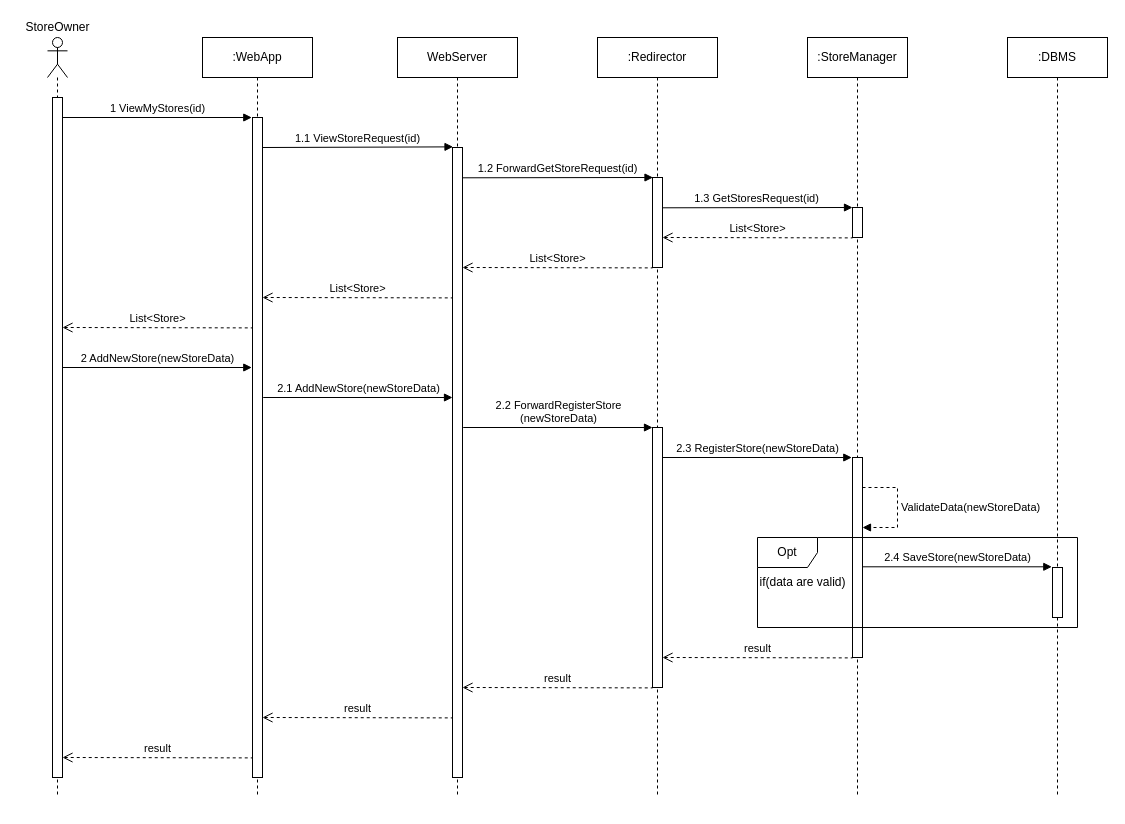
Earlier version of the draw.io diagram DD/Images/RuntimeViewStoreReg.drawio (StefanoAzzone/AbelliAzzone). Source tidied: cells renumbered, new cells numbered last; positions are measured from the earlier drawing's top-left corner, leaving out a move shared by most shapes. Both pictures are drawn from the tidied source at 100%, with x=0, y=0 at pixel (17, 17).
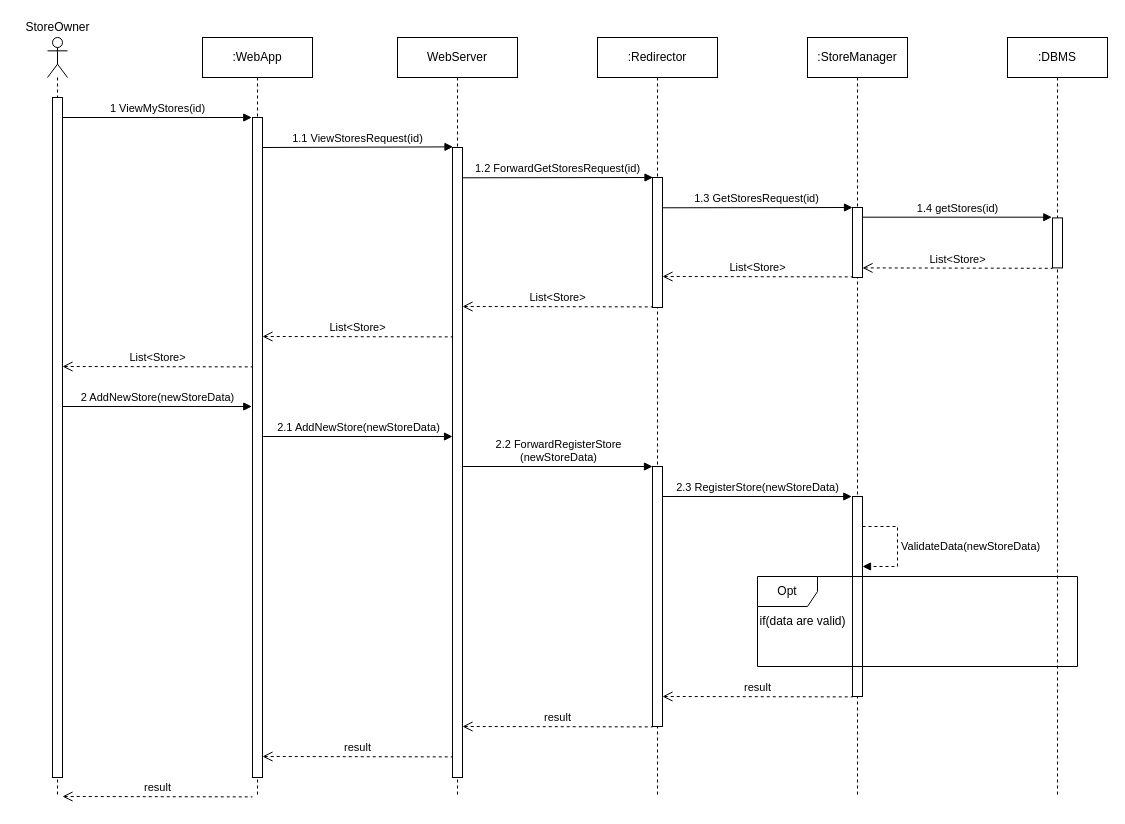
Above is the later version.

Unchanged cells that the change refers to:
```xml
<mxCell id="4" value=":StoreManager" style="shape=umlLifeline;perimeter=lifelinePerimeter;whiteSpace=wrap;html=1;" parent="1" vertex="1">
  <mxGeometry x="790" y="20" width="100" height="760" as="geometry" />
</mxCell>
<mxCell id="13" value=":Redirector" style="shape=umlLifeline;perimeter=lifelinePerimeter;whiteSpace=wrap;html=1;" parent="1" vertex="1">
  <mxGeometry x="580" y="20" width="120" height="760" as="geometry" />
</mxCell>
<mxCell id="17" style="html=1;points=[];perimeter=orthogonalPerimeter;" parent="1" vertex="1">
  <mxGeometry x="435" y="130" width="10" height="630" as="geometry" />
</mxCell>
```

What changed in the source:
```diff
@@
     <mxCell id="5" style="html=1;perimeter=orthogonalPerimeter;" parent="4" vertex="1">
-      <mxGeometry x="45" y="420" width="10" height="200" as="geometry" />
+      <mxGeometry x="45" y="459" width="10" height="200" as="geometry" />
     </mxCell>
     <mxCell id="6" value="ValidateData(newStoreData)" style="edgeStyle=orthogonalEdgeStyle;html=1;align=left;spacingLeft=2;endArrow=block;rounded=0;entryX=1;entryY=0.444;dashed=1;entryDx=0;entryDy=0;entryPerimeter=0;" parent="4" edge="1">
       <mxGeometry relative="1" as="geometry">
-        <mxPoint x="55" y="450" as="sourcePoint" />
-        <mxPoint x="55" y="490" as="targetPoint" />
+        <mxPoint x="55" y="489" as="sourcePoint" />
+        <mxPoint x="55" y="529" as="targetPoint" />
         <Array as="points">
-          <mxPoint x="90" y="450" />
-          <mxPoint x="90" y="490" />
+          <mxPoint x="90" y="489" />
+          <mxPoint x="90" y="529" />
         </Array>
       </mxGeometry>
     </mxCell>
@@
     <mxCell id="9" style="html=1;perimeter=orthogonalPerimeter;" parent="1" vertex="1">
-      <mxGeometry x="835" y="190" width="10" height="30" as="geometry" />
+      <mxGeometry x="835" y="190" width="10" height="70" as="geometry" />
     </mxCell>
@@
     <mxCell id="14" style="html=1;perimeter=orthogonalPerimeter;" parent="13" vertex="1">
-      <mxGeometry x="55" y="390" width="10" height="260" as="geometry" />
+      <mxGeometry x="55" y="429" width="10" height="260" as="geometry" />
     </mxCell>
@@
-    <mxCell id="16" value="1.1 ViewStoreRequest(id)" style="html=1;verticalAlign=bottom;startArrow=none;startFill=0;endArrow=block;startSize=8;exitX=1.067;exitY=0.286;exitDx=0;exitDy=0;exitPerimeter=0;entryX=0.052;entryY=-0.001;entryDx=0;entryDy=0;entryPerimeter=0;" parent="1" edge="1" target="17">
+    <mxCell id="16" value="1.1 ViewStoresRequest(id)" style="html=1;verticalAlign=bottom;startArrow=none;startFill=0;endArrow=block;startSize=8;exitX=1.067;exitY=0.286;exitDx=0;exitDy=0;exitPerimeter=0;entryX=0.052;entryY=-0.001;entryDx=0;entryDy=0;entryPerimeter=0;" parent="1" edge="1" target="17">
       <mxGeometry relative="1" as="geometry">
         <mxPoint x="245" y="130" as="sourcePoint" />
       </mxGeometry>
     </mxCell>
@@
-    <mxCell id="18" value="1.2 ForwardGetStoreRequest(id)" style="html=1;verticalAlign=bottom;startArrow=none;startFill=0;endArrow=block;startSize=8;exitX=1.067;exitY=0.286;exitDx=0;exitDy=0;exitPerimeter=0;entryX=0.052;entryY=-0.001;entryDx=0;entryDy=0;entryPerimeter=0;" parent="1" edge="1">
+    <mxCell id="18" value="1.2 ForwardGetStoresRequest(id)" style="html=1;verticalAlign=bottom;startArrow=none;startFill=0;endArrow=block;startSize=8;exitX=1.067;exitY=0.286;exitDx=0;exitDy=0;exitPerimeter=0;entryX=0.052;entryY=-0.001;entryDx=0;entryDy=0;entryPerimeter=0;" parent="1" edge="1">
       <mxGeometry relative="1" as="geometry">
         <mxPoint x="445" y="160.3" as="sourcePoint" />
         <mxPoint x="635.5" y="160" as="targetPoint" />
       </mxGeometry>
     </mxCell>
     <mxCell id="19" style="html=1;perimeter=orthogonalPerimeter;" parent="1" vertex="1">
-      <mxGeometry x="635" y="160" width="10" height="90" as="geometry" />
+      <mxGeometry x="635" y="160" width="10" height="130" as="geometry" />
     </mxCell>
@@
     <mxCell id="21" value="List&amp;lt;Store&amp;gt;" style="html=1;verticalAlign=bottom;startArrow=open;startFill=0;endArrow=none;startSize=8;dashed=1;endFill=0;exitX=1;exitY=0.533;exitDx=0;exitDy=0;exitPerimeter=0;" parent="1" edge="1">
       <mxGeometry relative="1" as="geometry">
-        <mxPoint x="645" y="220" as="sourcePoint" />
-        <mxPoint x="835" y="220.4" as="targetPoint" />
+        <mxPoint x="645" y="259" as="sourcePoint" />
+        <mxPoint x="835" y="259.4" as="targetPoint" />
       </mxGeometry>
     </mxCell>
     <mxCell id="22" value="List&amp;lt;Store&amp;gt;" style="html=1;verticalAlign=bottom;startArrow=open;startFill=0;endArrow=none;startSize=8;dashed=1;endFill=0;exitX=1;exitY=0.533;exitDx=0;exitDy=0;exitPerimeter=0;" parent="1" edge="1">
       <mxGeometry relative="1" as="geometry">
-        <mxPoint x="445" y="250" as="sourcePoint" />
-        <mxPoint x="635" y="250.4" as="targetPoint" />
+        <mxPoint x="445" y="289" as="sourcePoint" />
+        <mxPoint x="635" y="289.4" as="targetPoint" />
       </mxGeometry>
     </mxCell>
     <mxCell id="23" value="List&amp;lt;Store&amp;gt;" style="html=1;verticalAlign=bottom;startArrow=open;startFill=0;endArrow=none;startSize=8;dashed=1;endFill=0;exitX=1;exitY=0.533;exitDx=0;exitDy=0;exitPerimeter=0;" parent="1" edge="1">
       <mxGeometry relative="1" as="geometry">
-        <mxPoint x="245" y="280" as="sourcePoint" />
-        <mxPoint x="435" y="280.4" as="targetPoint" />
+        <mxPoint x="245" y="319" as="sourcePoint" />
+        <mxPoint x="435" y="319.4" as="targetPoint" />
       </mxGeometry>
     </mxCell>
     <mxCell id="24" value="List&amp;lt;Store&amp;gt;" style="html=1;verticalAlign=bottom;startArrow=open;startFill=0;endArrow=none;startSize=8;dashed=1;endFill=0;exitX=1;exitY=0.533;exitDx=0;exitDy=0;exitPerimeter=0;" parent="1" edge="1">
       <mxGeometry relative="1" as="geometry">
-        <mxPoint x="45" y="310" as="sourcePoint" />
-        <mxPoint x="235" y="310.4" as="targetPoint" />
+        <mxPoint x="45" y="349" as="sourcePoint" />
+        <mxPoint x="235" y="349.4" as="targetPoint" />
       </mxGeometry>
     </mxCell>
     <mxCell id="25" value="2 AddNewStore(newStoreData)" style="html=1;verticalAlign=bottom;startArrow=none;startFill=0;endArrow=block;startSize=8;exitX=1.067;exitY=0.286;exitDx=0;exitDy=0;exitPerimeter=0;" parent="1" edge="1">
       <mxGeometry relative="1" as="geometry">
-        <mxPoint x="45" y="350" as="sourcePoint" />
-        <mxPoint x="234.3" y="350" as="targetPoint" />
+        <mxPoint x="45" y="389" as="sourcePoint" />
+        <mxPoint x="234.3" y="389" as="targetPoint" />
       </mxGeometry>
     </mxCell>
     <mxCell id="26" value="2.1 AddNewStore(newStoreData)" style="html=1;verticalAlign=bottom;startArrow=none;startFill=0;endArrow=block;startSize=8;exitX=1.067;exitY=0.286;exitDx=0;exitDy=0;exitPerimeter=0;" parent="1" edge="1">
       <mxGeometry relative="1" as="geometry">
-        <mxPoint x="245.7" y="380" as="sourcePoint" />
-        <mxPoint x="435" y="380" as="targetPoint" />
+        <mxPoint x="245.7" y="419" as="sourcePoint" />
+        <mxPoint x="435" y="419" as="targetPoint" />
       </mxGeometry>
     </mxCell>
     <mxCell id="27" value="&lt;div&gt;2.2 ForwardRegisterStore&lt;/div&gt;&lt;div&gt;(newStoreData)&lt;/div&gt;" style="html=1;verticalAlign=bottom;startArrow=none;startFill=0;endArrow=block;startSize=8;exitX=1.067;exitY=0.286;exitDx=0;exitDy=0;exitPerimeter=0;" parent="1" edge="1">
       <mxGeometry relative="1" as="geometry">
-        <mxPoint x="445.7" y="410" as="sourcePoint" />
-        <mxPoint x="635" y="410" as="targetPoint" />
+        <mxPoint x="445.7" y="449" as="sourcePoint" />
+        <mxPoint x="635" y="449" as="targetPoint" />
       </mxGeometry>
     </mxCell>
     <mxCell id="28" value="&lt;div&gt;2.3 RegisterStore(newStoreData)&lt;/div&gt;" style="html=1;verticalAlign=bottom;startArrow=none;startFill=0;endArrow=block;startSize=8;exitX=1.067;exitY=0.286;exitDx=0;exitDy=0;exitPerimeter=0;" parent="1" edge="1">
       <mxGeometry relative="1" as="geometry">
-        <mxPoint x="645" y="440" as="sourcePoint" />
-        <mxPoint x="834.3" y="440" as="targetPoint" />
+        <mxPoint x="645" y="479" as="sourcePoint" />
+        <mxPoint x="834.3" y="479" as="targetPoint" />
       </mxGeometry>
     </mxCell>
     <mxCell id="29" value="Opt" style="shape=umlFrame;whiteSpace=wrap;html=1;" parent="1" vertex="1">
-      <mxGeometry x="740" y="520" width="320" height="90" as="geometry" />
+      <mxGeometry x="740" y="559" width="320" height="90" as="geometry" />
     </mxCell>
     <mxCell id="30" value="if(data are valid)" style="text;html=1;align=center;verticalAlign=middle;" parent="1" vertex="1">
-      <mxGeometry x="735" y="555" width="100" height="20" as="geometry" />
+      <mxGeometry x="735" y="594" width="100" height="20" as="geometry" />
     </mxCell>
-    <mxCell id="31" value="&lt;div&gt;2.4 SaveStore(newStoreData)&lt;/div&gt;" style="html=1;verticalAlign=bottom;startArrow=none;startFill=0;endArrow=block;startSize=8;exitX=1.067;exitY=0.286;exitDx=0;exitDy=0;exitPerimeter=0;" parent="1" edge="1">
+    <mxCell id="31" value="&lt;div&gt;1.4 getStores(id)&lt;/div&gt;" style="html=1;verticalAlign=bottom;startArrow=none;startFill=0;endArrow=block;startSize=8;exitX=1.067;exitY=0.286;exitDx=0;exitDy=0;exitPerimeter=0;" parent="1" edge="1">
       <mxGeometry relative="1" as="geometry">
-        <mxPoint x="845" y="549.3" as="sourcePoint" />
-        <mxPoint x="1034.3" y="549.3" as="targetPoint" />
+        <mxPoint x="845" y="199.7" as="sourcePoint" />
+        <mxPoint x="1034.3" y="199.7" as="targetPoint" />
       </mxGeometry>
     </mxCell>
     <mxCell id="32" style="html=1;perimeter=orthogonalPerimeter;" parent="1" vertex="1">
-      <mxGeometry x="1035" y="550" width="10" height="50" as="geometry" />
+      <mxGeometry x="1035" y="200.4" width="10" height="50" as="geometry" />
     </mxCell>
     <mxCell id="33" value="result" style="html=1;verticalAlign=bottom;startArrow=open;startFill=0;endArrow=none;startSize=8;dashed=1;endFill=0;exitX=1;exitY=0.533;exitDx=0;exitDy=0;exitPerimeter=0;" parent="1" edge="1">
       <mxGeometry relative="1" as="geometry">
-        <mxPoint x="645" y="640" as="sourcePoint" />
-        <mxPoint x="835" y="640.4" as="targetPoint" />
+        <mxPoint x="645" y="679" as="sourcePoint" />
+        <mxPoint x="835" y="679.4" as="targetPoint" />
       </mxGeometry>
     </mxCell>
     <mxCell id="34" value="result" style="html=1;verticalAlign=bottom;startArrow=open;startFill=0;endArrow=none;startSize=8;dashed=1;endFill=0;exitX=1;exitY=0.533;exitDx=0;exitDy=0;exitPerimeter=0;" parent="1" edge="1">
       <mxGeometry relative="1" as="geometry">
-        <mxPoint x="445" y="670" as="sourcePoint" />
-        <mxPoint x="635" y="670.4" as="targetPoint" />
+        <mxPoint x="445" y="709" as="sourcePoint" />
+        <mxPoint x="635" y="709.4" as="targetPoint" />
       </mxGeometry>
     </mxCell>
     <mxCell id="35" value="result" style="html=1;verticalAlign=bottom;startArrow=open;startFill=0;endArrow=none;startSize=8;dashed=1;endFill=0;exitX=1;exitY=0.533;exitDx=0;exitDy=0;exitPerimeter=0;" parent="1" edge="1">
       <mxGeometry relative="1" as="geometry">
-        <mxPoint x="245" y="700" as="sourcePoint" />
-        <mxPoint x="435" y="700.4" as="targetPoint" />
+        <mxPoint x="245" y="739" as="sourcePoint" />
+        <mxPoint x="435" y="739.4" as="targetPoint" />
       </mxGeometry>
     </mxCell>
     <mxCell id="36" value="result" style="html=1;verticalAlign=bottom;startArrow=open;startFill=0;endArrow=none;startSize=8;dashed=1;endFill=0;exitX=1;exitY=0.533;exitDx=0;exitDy=0;exitPerimeter=0;" parent="1" edge="1">
       <mxGeometry relative="1" as="geometry">
-        <mxPoint x="45" y="740" as="sourcePoint" />
-        <mxPoint x="235" y="740.4" as="targetPoint" />
+        <mxPoint x="45" y="779" as="sourcePoint" />
+        <mxPoint x="235" y="779.4" as="targetPoint" />
       </mxGeometry>
     </mxCell>
+    <mxCell id="37" value="List&amp;lt;Store&amp;gt;" style="html=1;verticalAlign=bottom;startArrow=open;startFill=0;endArrow=none;startSize=8;dashed=1;endFill=0;exitX=1;exitY=0.533;exitDx=0;exitDy=0;exitPerimeter=0;" parent="1" edge="1">
+      <mxGeometry relative="1" as="geometry">
+        <mxPoint x="845" y="250.4" as="sourcePoint" />
+        <mxPoint x="1035" y="250.8" as="targetPoint" />
+      </mxGeometry>
+    </mxCell>
```
